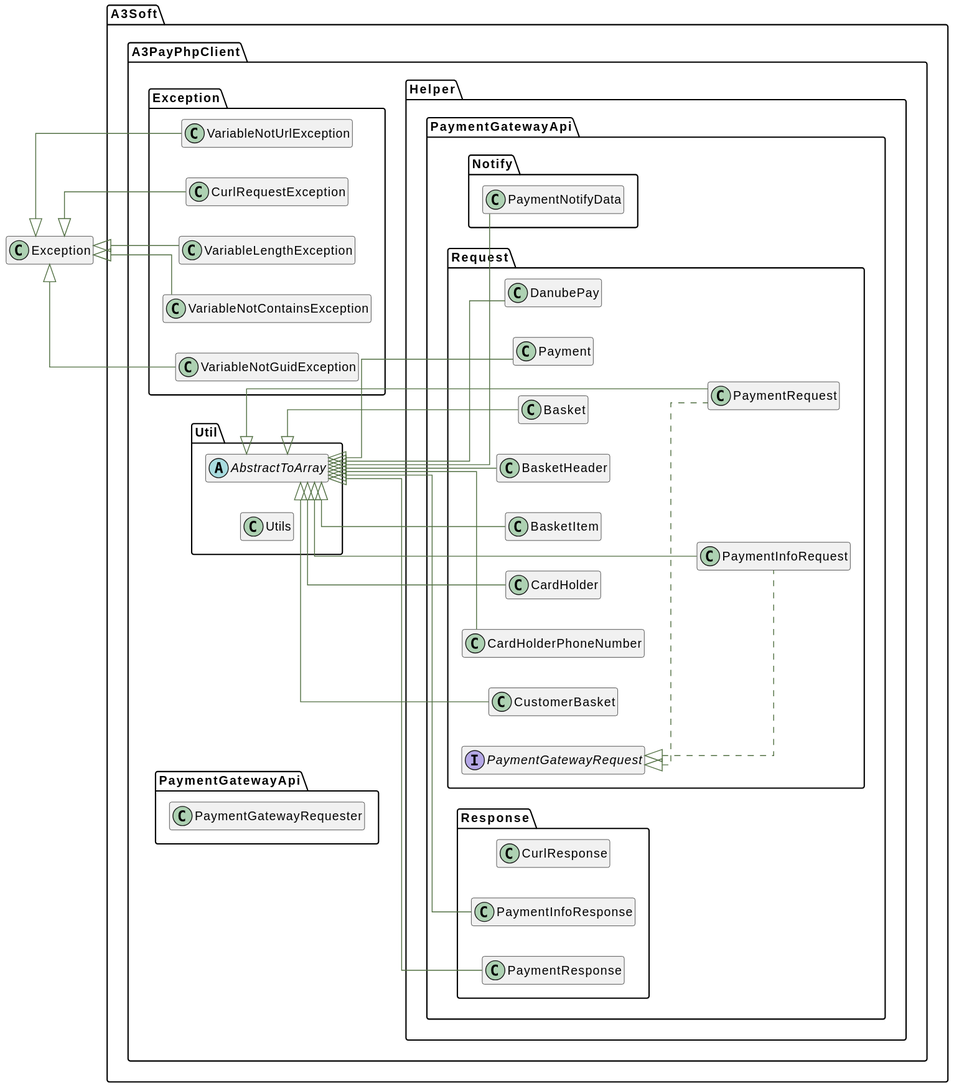
The PlantUML diagram build/api/graphs/classes.svg in A3-Soft-Public/A3Pay-PHP-client-package, before a commit. Source of this version:
```plantuml
@startuml
   skinparam ArrowColor #516f42
   skinparam activityBorderColor #516f42
   skinparam activityBackgroundColor #ffffff
   skinparam activityDiamondBorderColor #516f42
   skinparam activityDiamondBackgroundColor #ffffff
   skinparam shadowing false

skinparam shadowing false
skinparam linetype ortho
hide empty members
left to right direction
set namespaceSeparator \\


class \\A3Soft\\A3PayPhpClient\\Exception\\CurlRequestException extends \\Exception {
}

class \\A3Soft\\A3PayPhpClient\\Exception\\VariableLengthException extends \\Exception {
}

class \\A3Soft\\A3PayPhpClient\\Exception\\VariableNotContainsException extends \\Exception {
}

class \\A3Soft\\A3PayPhpClient\\Exception\\VariableNotGuidException extends \\Exception {
}

class \\A3Soft\\A3PayPhpClient\\Exception\\VariableNotUrlException extends \\Exception {
}

class \\A3Soft\\A3PayPhpClient\\Helper\\PaymentGatewayApi\\Notify\\PaymentNotifyData extends \\A3Soft\\A3PayPhpClient\\Util\\AbstractToArray {
}

class \\A3Soft\\A3PayPhpClient\\Helper\\PaymentGatewayApi\\Request\\Basket extends \\A3Soft\\A3PayPhpClient\\Util\\AbstractToArray {
}

class \\A3Soft\\A3PayPhpClient\\Helper\\PaymentGatewayApi\\Request\\BasketHeader extends \\A3Soft\\A3PayPhpClient\\Util\\AbstractToArray {
}

class \\A3Soft\\A3PayPhpClient\\Helper\\PaymentGatewayApi\\Request\\BasketItem extends \\A3Soft\\A3PayPhpClient\\Util\\AbstractToArray {
}

class \\A3Soft\\A3PayPhpClient\\Helper\\PaymentGatewayApi\\Request\\CardHolder extends \\A3Soft\\A3PayPhpClient\\Util\\AbstractToArray {
}

class \\A3Soft\\A3PayPhpClient\\Helper\\PaymentGatewayApi\\Request\\CardHolderPhoneNumber extends \\A3Soft\\A3PayPhpClient\\Util\\AbstractToArray {
}

class \\A3Soft\\A3PayPhpClient\\Helper\\PaymentGatewayApi\\Request\\CustomerBasket extends \\A3Soft\\A3PayPhpClient\\Util\\AbstractToArray {
}

class \\A3Soft\\A3PayPhpClient\\Helper\\PaymentGatewayApi\\Request\\DanubePay extends \\A3Soft\\A3PayPhpClient\\Util\\AbstractToArray {
}

class \\A3Soft\\A3PayPhpClient\\Helper\\PaymentGatewayApi\\Request\\Payment extends \\A3Soft\\A3PayPhpClient\\Util\\AbstractToArray {
}

class \\A3Soft\\A3PayPhpClient\\Helper\\PaymentGatewayApi\\Request\\PaymentInfoRequest extends \\A3Soft\\A3PayPhpClient\\Util\\AbstractToArray implements \\A3Soft\\A3PayPhpClient\\Helper\\PaymentGatewayApi\\Request\\PaymentGatewayRequest {
}

class \\A3Soft\\A3PayPhpClient\\Helper\\PaymentGatewayApi\\Request\\PaymentRequest extends \\A3Soft\\A3PayPhpClient\\Util\\AbstractToArray implements \\A3Soft\\A3PayPhpClient\\Helper\\PaymentGatewayApi\\Request\\PaymentGatewayRequest {
}

interface \\A3Soft\\A3PayPhpClient\\Helper\\PaymentGatewayApi\\Request\\PaymentGatewayRequest {
}

class \\A3Soft\\A3PayPhpClient\\Helper\\PaymentGatewayApi\\Response\\CurlResponse {
}

class \\A3Soft\\A3PayPhpClient\\Helper\\PaymentGatewayApi\\Response\\PaymentInfoResponse extends \\A3Soft\\A3PayPhpClient\\Util\\AbstractToArray {
}

class \\A3Soft\\A3PayPhpClient\\Helper\\PaymentGatewayApi\\Response\\PaymentResponse extends \\A3Soft\\A3PayPhpClient\\Util\\AbstractToArray {
}

class \\A3Soft\\A3PayPhpClient\\PaymentGatewayApi\\PaymentGatewayRequester {
}

abstract class \\A3Soft\\A3PayPhpClient\\Util\\AbstractToArray {
}

class \\A3Soft\\A3PayPhpClient\\Util\\Utils {
}
@enduml
```
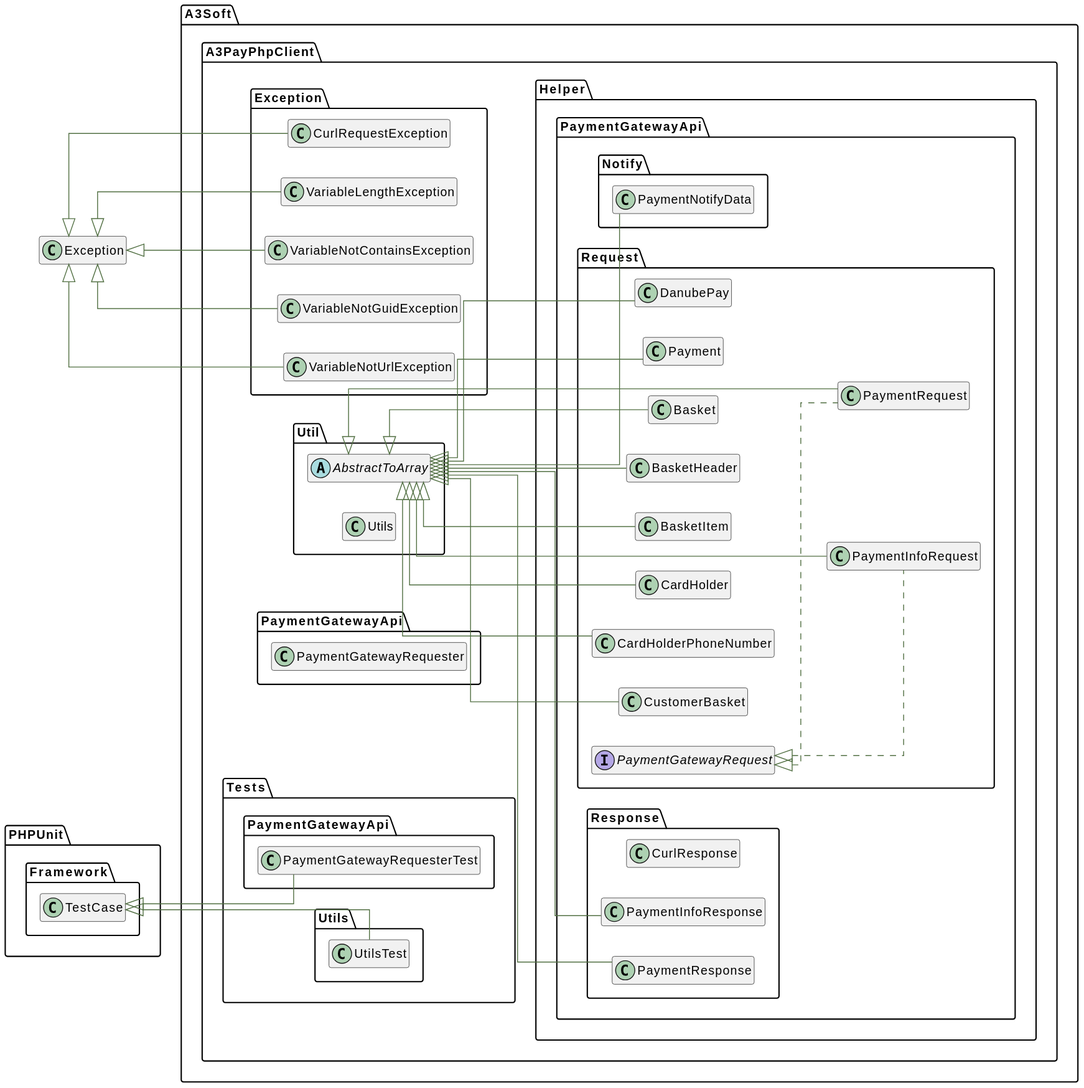
After the change.

What changed in the source:
```diff
@@ -81,4 +81,10 @@
 
 class \\A3Soft\\A3PayPhpClient\\Util\\Utils {
 }
+
+class \\A3Soft\\A3PayPhpClient\\Tests\\PaymentGatewayApi\\PaymentGatewayRequesterTest extends \\PHPUnit\\Framework\\TestCase {
+}
+
+class \\A3Soft\\A3PayPhpClient\\Tests\\Utils\\UtilsTest extends \\PHPUnit\\Framework\\TestCase {
+}
 @enduml
```
